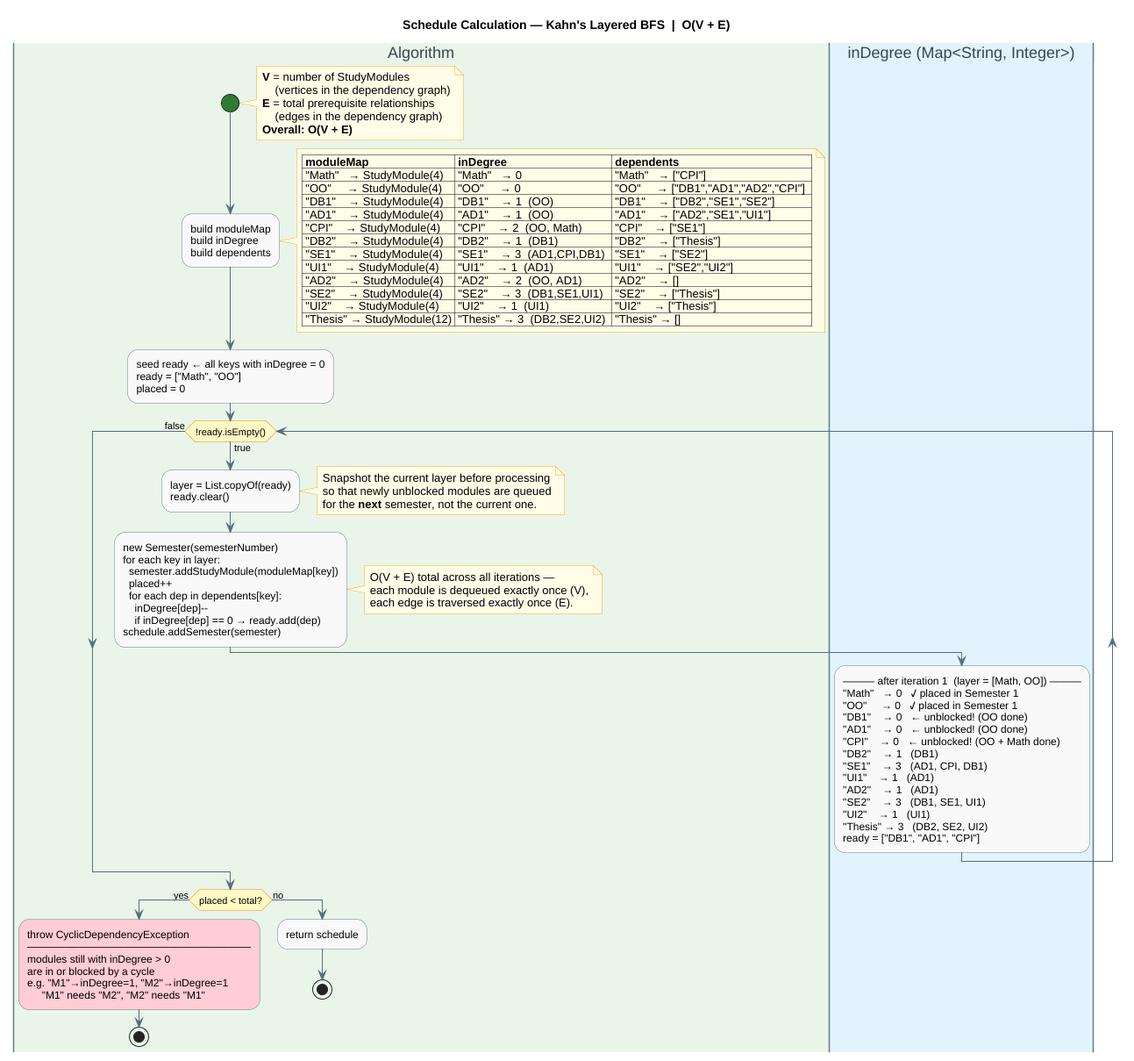
Ginimo/Studyplanner keeps this PlantUML diagram as docs/diagrams/schedule_service.png. Above is the earlier version.
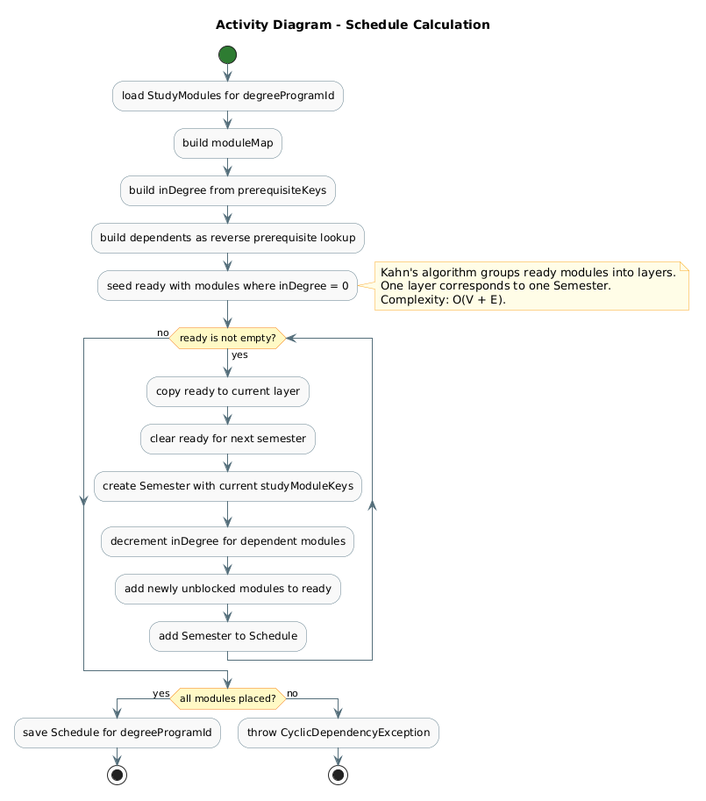
The same file after the commit.

Commit message:
Updated diagrams after consistency check

What changed in the source:
```diff
@@ -1,5 +1,5 @@
 @startuml
-title Schedule Calculation — Kahn's Layered BFS  |  O(V + E)
+title Activity Diagram - Schedule Calculation
 
 skinparam activity {
     BackgroundColor #F9F9F9
@@ -10,101 +10,38 @@
     EndColor   #2E7D32
     ArrowColor #546E7A
 }
-skinparam swimlane {
-    BorderColor         #607D8B
-    TitleBackgroundColor #ECEFF1
-    TitleFontColor      #37474F
-}
 skinparam note {
     BackgroundColor #FFFDE7
     BorderColor     #F9A825
 }
 
-|#E8F5E9| Algorithm |
 start
+:load StudyModules for degreeProgramId;
+:build moduleMap;
+:build inDegree from prerequisiteKeys;
+:build dependents as reverse prerequisite lookup;
+:seed ready with modules where inDegree = 0;
+
 note right
-  <b>V</b> = number of StudyModules
-      (vertices in the dependency graph)
-  <b>E</b> = total prerequisite relationships
-      (edges in the dependency graph)
-  <b>Overall: O(V + E)</b>
+  Kahn's algorithm groups ready modules into layers.
+  One layer corresponds to one Semester.
+  Complexity: O(V + E).
 end note
-:build moduleMap
-build inDegree
-build dependents;
-note right
-  | <b>moduleMap</b>           | <b>inDegree</b>              | <b>dependents</b>                     |
-  | "Math"   → StudyModule(4)  | "Math"   → 0                 | "Math"   → ["CPI"]                    |
-  | "OO"     → StudyModule(4)  | "OO"     → 0                 | "OO"     → ["DB1","AD1","AD2","CPI"]  |
-  | "DB1"    → StudyModule(4)  | "DB1"    → 1  (OO)           | "DB1"    → ["DB2","SE1","SE2"]        |
-  | "AD1"    → StudyModule(4)  | "AD1"    → 1  (OO)           | "AD1"    → ["AD2","SE1","UI1"]        |
-  | "CPI"    → StudyModule(4)  | "CPI"    → 2  (OO, Math)     | "CPI"    → ["SE1"]                    |
-  | "DB2"    → StudyModule(4)  | "DB2"    → 1  (DB1)          | "DB2"    → ["Thesis"]                 |
-  | "SE1"    → StudyModule(4)  | "SE1"    → 3  (AD1,CPI,DB1)  | "SE1"    → ["SE2"]                    |
-  | "UI1"    → StudyModule(4)  | "UI1"    → 1  (AD1)          | "UI1"    → ["SE2","UI2"]              |
-  | "AD2"    → StudyModule(4)  | "AD2"    → 2  (OO, AD1)      | "AD2"    → []                         |
-  | "SE2"    → StudyModule(4)  | "SE2"    → 3  (DB1,SE1,UI1)  | "SE2"    → ["Thesis"]                 |
-  | "UI2"    → StudyModule(4)  | "UI2"    → 1  (UI1)          | "UI2"    → ["Thesis"]                 |
-  | "Thesis" → StudyModule(12) | "Thesis" → 3  (DB2,SE2,UI2)  | "Thesis" → []                         |
-end note
-:seed ready ← all keys with inDegree = 0
-ready = ["Math", "OO"]
-placed = 0;
 
-while (!ready.isEmpty()) is (true)
+while (ready is not empty?) is (yes)
+  :copy ready to current layer;
+  :clear ready for next semester;
+  :create Semester with current studyModuleKeys;
+  :decrement inDegree for dependent modules;
+  :add newly unblocked modules to ready;
+  :add Semester to Schedule;
+endwhile (no)
 
-  :layer = List.copyOf(ready)
-  ready.clear();
-  note right
-    Snapshot the current layer before processing
-    so that newly unblocked modules are queued
-    for the <b>next</b> semester, not the current one.
-  end note
-
-  :new Semester(semesterNumber)
-  for each key in layer:
-    semester.addStudyModule(moduleMap[key])
-    placed++
-    for each dep in dependents[key]:
-      inDegree[dep]--
-      if inDegree[dep] == 0 → ready.add(dep)
-  schedule.addSemester(semester);
-  note right
-    O(V + E) total across all iterations —
-    each module is dequeued exactly once (V),
-    each edge is traversed exactly once (E).
-  end note
-
-|#E3F2FD| inDegree (Map<String, Integer>) |
-:——— after iteration 1  (layer = [Math, OO]) ———
-"Math"   → 0   ✓ placed in Semester 1
-"OO"     → 0   ✓ placed in Semester 1
-"DB1"    → 0   ← unblocked! (OO done)
-"AD1"    → 0   ← unblocked! (OO done)
-"CPI"    → 0   ← unblocked! (OO + Math done)
-"DB2"    → 1   (DB1)
-"SE1"    → 3   (AD1, CPI, DB1)
-"UI1"    → 1   (AD1)
-"AD2"    → 1   (AD1)
-"SE2"    → 3   (DB1, SE1, UI1)
-"UI2"    → 1   (UI1)
-"Thesis" → 3   (DB2, SE2, UI2)
-ready = ["DB1", "AD1", "CPI"];
-
-|#E8F5E9| Algorithm |
-endwhile (false)
-
-if (placed < total?) then (yes)
-  :throw CyclicDependencyException
-  ──────────────────────────────
-  modules still with inDegree > 0
-  are in or blocked by a cycle
-  e.g. "M1"→inDegree=1, "M2"→inDegree=1
-       "M1" needs "M2", "M2" needs "M1"; <<#FFCDD2>>
+if (all modules placed?) then (yes)
+  :save Schedule for degreeProgramId;
   stop
 else (no)
-  :return schedule;
+  :throw CyclicDependencyException;
   stop
 endif
-
 @enduml
```
